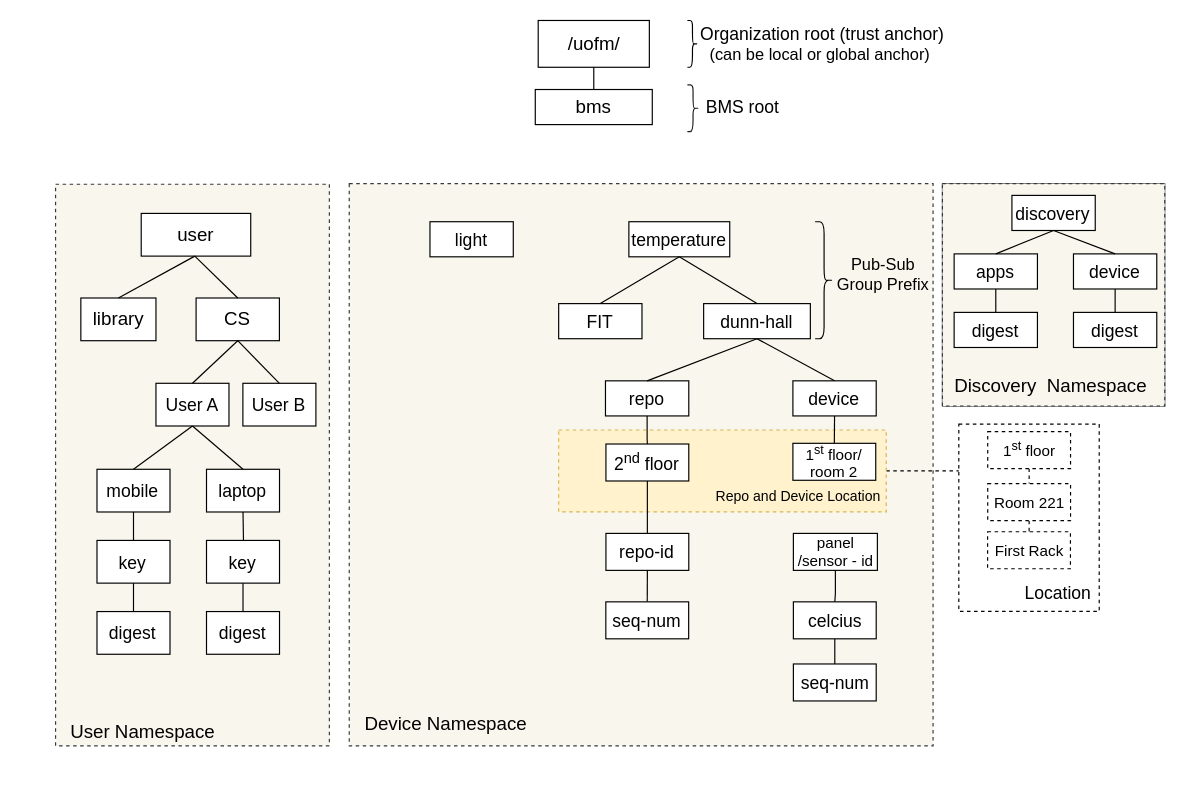
Before: Untitled Diagram.drawio in dulalsaurab/ROUTING, a draw.io diagram. Source tidied: cells renumbered, new cells numbered last; positions are measured from the earlier drawing's top-left corner, leaving out a move shared by most shapes. Both pictures are drawn from the tidied source at 117%, with x=0, y=0 at pixel (20, 20).
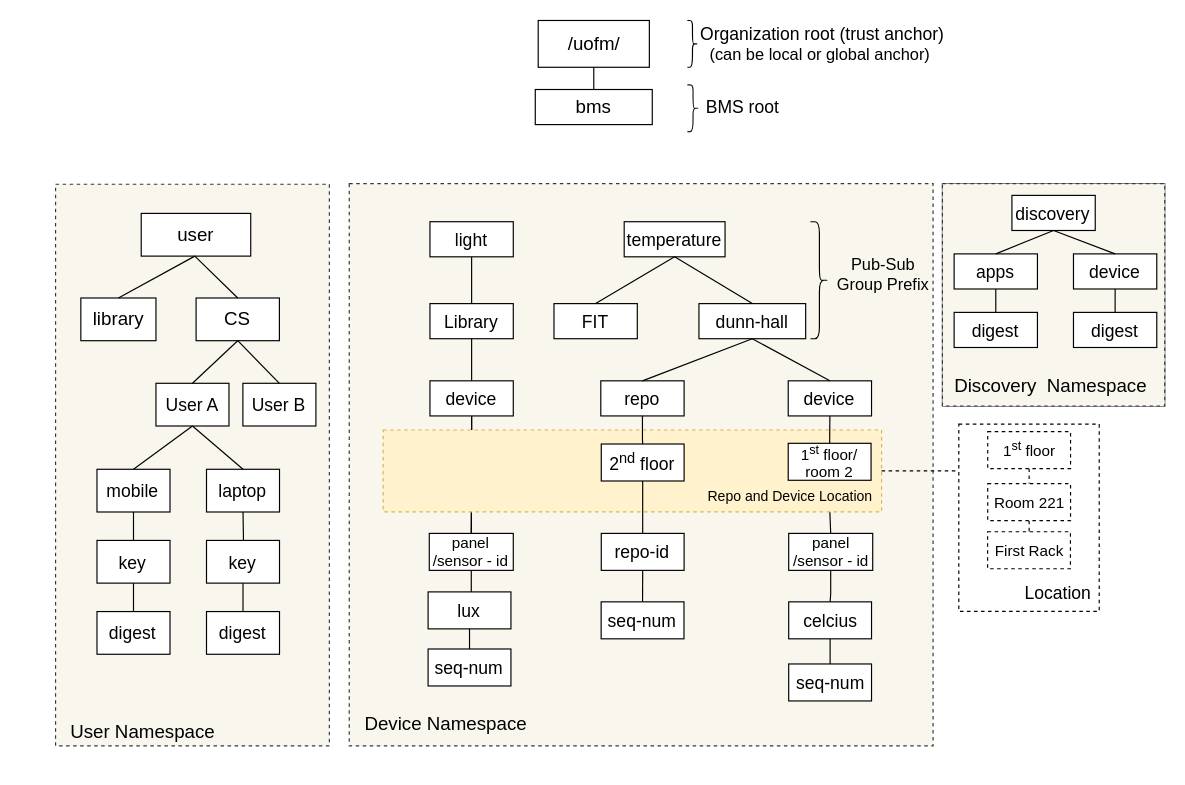
The same diagram, later.

Unchanged cells that the change refers to:
```xml
<mxCell id="41" value="&lt;font style=&quot;font-size: 15px&quot;&gt;light&lt;/font&gt;" style="rounded=0;whiteSpace=wrap;html=1;" parent="1" vertex="1">
  <mxGeometry x="350" y="172" width="71.2" height="30" as="geometry" />
</mxCell>
```

Diff of the diagram source:
```diff
@@
+    <mxCell id="4" value="&lt;font style=&quot;font-size: 16px&quot;&gt;&lt;br&gt;&lt;br&gt;&lt;br&gt;&lt;br&gt;&lt;br&gt;&lt;br&gt;&lt;br&gt;&lt;br&gt;&lt;br&gt;&lt;br&gt;&lt;br&gt;&lt;br&gt;&lt;br&gt;&lt;br&gt;&lt;br&gt;&lt;br&gt;&lt;br&gt;&lt;br&gt;&lt;br&gt;&lt;br&gt;&lt;br&gt;&lt;br&gt;&lt;br&gt;&lt;font style=&quot;font-size: 16px&quot;&gt;&lt;br&gt;&amp;nbsp; Device Namespace&amp;nbsp; &amp;nbsp; &amp;nbsp; &amp;nbsp; &amp;nbsp; &amp;nbsp; &amp;nbsp; &amp;nbsp; &amp;nbsp; &amp;nbsp; &amp;nbsp; &amp;nbsp; &amp;nbsp; &amp;nbsp; &amp;nbsp; &amp;nbsp; &amp;nbsp; &amp;nbsp; &amp;nbsp; &amp;nbsp; &amp;nbsp; &amp;nbsp; &amp;nbsp; &amp;nbsp; &amp;nbsp; &amp;nbsp; &amp;nbsp; &amp;nbsp; &amp;nbsp; &amp;nbsp; &amp;nbsp; &amp;nbsp; &amp;nbsp; &amp;nbsp; &amp;nbsp; &amp;nbsp; &amp;nbsp; &amp;nbsp; &amp;nbsp; &amp;nbsp; &amp;nbsp;&amp;nbsp;&lt;/font&gt;&lt;/font&gt;" style="rounded=0;whiteSpace=wrap;html=1;dashed=1;fillColor=#f9f7ed;strokeColor=#36393d;" parent="1" vertex="1">
+      <mxGeometry x="281" y="139.5" width="499" height="480.5" as="geometry" />
+    </mxCell>
+    <mxCell id="3" style="edgeStyle=orthogonalEdgeStyle;rounded=0;jettySize=auto;html=1;exitX=0.5;exitY=1;exitDx=0;exitDy=0;entryX=0.5;entryY=0;entryDx=0;entryDy=0;endArrow=none;endFill=0;" parent="1" edge="1" source="52" target="69">
+      <mxGeometry relative="1" as="geometry" />
+    </mxCell>
+    <mxCell id="82" style="edgeStyle=orthogonalEdgeStyle;rounded=0;jettySize=auto;html=1;exitX=0.5;exitY=1;exitDx=0;exitDy=0;endArrow=none;endFill=0;fontColor=none;" parent="1" edge="1" source="87" target="88">
+      <mxGeometry relative="1" as="geometry" />
+    </mxCell>
+    <mxCell id="83" style="edgeStyle=orthogonalEdgeStyle;rounded=0;jettySize=auto;html=1;exitX=0.5;exitY=1;exitDx=0;exitDy=0;entryX=0.5;entryY=0;entryDx=0;entryDy=0;endArrow=none;endFill=0;fontColor=none;" parent="1" edge="1" source="87" target="88">
+      <mxGeometry relative="1" as="geometry" />
+    </mxCell>
+    <mxCell id="6" value="&lt;br&gt;&lt;br&gt;&lt;br&gt;&amp;nbsp; &amp;nbsp; &amp;nbsp; &amp;nbsp; &amp;nbsp; &amp;nbsp; &amp;nbsp; &amp;nbsp; &amp;nbsp; &amp;nbsp; &amp;nbsp; &amp;nbsp; &amp;nbsp; &amp;nbsp; &amp;nbsp; &amp;nbsp; &amp;nbsp; &amp;nbsp; &amp;nbsp; &amp;nbsp; &amp;nbsp; &amp;nbsp; &amp;nbsp; &amp;nbsp; &amp;nbsp; &amp;nbsp; &amp;nbsp; &amp;nbsp; &amp;nbsp; &amp;nbsp; &amp;nbsp; &amp;nbsp; &amp;nbsp; &amp;nbsp; &amp;nbsp; &amp;nbsp; &amp;nbsp; &amp;nbsp; &amp;nbsp; &amp;nbsp; &amp;nbsp;Repo and Device Location" style="rounded=0;whiteSpace=wrap;html=1;fillColor=#fff2cc;strokeColor=#d6b656;dashed=1;" parent="1" vertex="1">
+      <mxGeometry x="310" y="350" width="426" height="70" as="geometry" />
+    </mxCell>
@@
-    <mxCell id="3" style="edgeStyle=orthogonalEdgeStyle;rounded=0;jettySize=auto;html=1;exitX=0.5;exitY=1;exitDx=0;exitDy=0;entryX=0.5;entryY=0;entryDx=0;entryDy=0;endArrow=none;endFill=0;" parent="1" edge="1" source="52" target="69">
-      <mxGeometry relative="1" as="geometry" />
-    </mxCell>
-    <mxCell id="4" value="&lt;font style=&quot;font-size: 16px&quot;&gt;&lt;br&gt;&lt;br&gt;&lt;br&gt;&lt;br&gt;&lt;br&gt;&lt;br&gt;&lt;br&gt;&lt;br&gt;&lt;br&gt;&lt;br&gt;&lt;br&gt;&lt;br&gt;&lt;br&gt;&lt;br&gt;&lt;br&gt;&lt;br&gt;&lt;br&gt;&lt;br&gt;&lt;br&gt;&lt;br&gt;&lt;br&gt;&lt;br&gt;&lt;br&gt;&lt;font style=&quot;font-size: 16px&quot;&gt;&lt;br&gt;&amp;nbsp; Device Namespace&amp;nbsp; &amp;nbsp; &amp;nbsp; &amp;nbsp; &amp;nbsp; &amp;nbsp; &amp;nbsp; &amp;nbsp; &amp;nbsp; &amp;nbsp; &amp;nbsp; &amp;nbsp; &amp;nbsp; &amp;nbsp; &amp;nbsp; &amp;nbsp; &amp;nbsp; &amp;nbsp; &amp;nbsp; &amp;nbsp; &amp;nbsp; &amp;nbsp; &amp;nbsp; &amp;nbsp; &amp;nbsp; &amp;nbsp; &amp;nbsp; &amp;nbsp; &amp;nbsp; &amp;nbsp; &amp;nbsp; &amp;nbsp; &amp;nbsp; &amp;nbsp; &amp;nbsp; &amp;nbsp; &amp;nbsp; &amp;nbsp; &amp;nbsp; &amp;nbsp; &amp;nbsp;&amp;nbsp;&lt;/font&gt;&lt;/font&gt;" style="rounded=0;whiteSpace=wrap;html=1;dashed=1;fillColor=#f9f7ed;strokeColor=#36393d;" parent="1" vertex="1">
-      <mxGeometry x="281" y="139.5" width="499" height="480.5" as="geometry" />
-    </mxCell>
@@
-    <mxCell id="6" value="&lt;br&gt;&lt;br&gt;&lt;br&gt;&amp;nbsp; &amp;nbsp; &amp;nbsp; &amp;nbsp; &amp;nbsp; &amp;nbsp; &amp;nbsp; &amp;nbsp; &amp;nbsp; &amp;nbsp; &amp;nbsp; &amp;nbsp; &amp;nbsp; &amp;nbsp; &amp;nbsp; &amp;nbsp; &amp;nbsp; &amp;nbsp; &amp;nbsp; &amp;nbsp;Repo and Device Location" style="rounded=0;whiteSpace=wrap;html=1;fillColor=#fff2cc;strokeColor=#d6b656;dashed=1;" parent="1" vertex="1">
-      <mxGeometry x="460" y="350" width="280" height="70" as="geometry" />
-    </mxCell>
@@
-    <mxCell id="38" style="edgeStyle=orthogonalEdgeStyle;rounded=0;jettySize=auto;html=1;exitX=0.5;exitY=1;exitDx=0;exitDy=0;entryX=0.5;entryY=0;entryDx=0;entryDy=0;endArrow=none;endFill=0;" parent="1" edge="1" source="39" target="67">
-      <mxGeometry relative="1" as="geometry" />
-    </mxCell>
     <mxCell id="39" value="&lt;font style=&quot;font-size: 15px&quot;&gt;&lt;span&gt;2&lt;sup&gt;nd&lt;/sup&gt; floor&lt;/span&gt;&lt;/font&gt;" style="rounded=0;whiteSpace=wrap;html=1;" parent="1" vertex="1">
-      <mxGeometry x="500.4" y="362" width="70.8" height="31.6" as="geometry" />
+      <mxGeometry x="496.4" y="362" width="70.8" height="31.6" as="geometry" />
     </mxCell>
     <mxCell id="40" value="&lt;font style=&quot;font-size: 15px&quot;&gt;temperature&lt;/font&gt;" style="rounded=0;whiteSpace=wrap;html=1;" parent="1" vertex="1">
-      <mxGeometry x="520" y="172" width="86.2" height="30" as="geometry" />
+      <mxGeometry x="516" y="172" width="86.2" height="30" as="geometry" />
     </mxCell>
+    <mxCell id="84" style="edgeStyle=orthogonalEdgeStyle;rounded=0;jettySize=auto;html=1;exitX=0.5;exitY=1;exitDx=0;exitDy=0;endArrow=none;endFill=0;fontColor=none;" parent="1" edge="1" source="41" target="86">
+      <mxGeometry relative="1" as="geometry" />
+    </mxCell>
@@
     <mxCell id="42" value="&lt;span style=&quot;font-size: 15px&quot;&gt;FIT&lt;/span&gt;" style="rounded=0;whiteSpace=wrap;html=1;" parent="1" vertex="1">
-      <mxGeometry x="460" y="242" width="71.2" height="30" as="geometry" />
+      <mxGeometry x="456" y="242" width="71.2" height="30" as="geometry" />
     </mxCell>
-    <mxCell id="43" style="edgeStyle=orthogonalEdgeStyle;rounded=0;jettySize=auto;html=1;exitX=0.5;exitY=1;exitDx=0;exitDy=0;endArrow=none;endFill=0;" parent="1" edge="1" source="44" target="39">
-      <mxGeometry relative="1" as="geometry" />
-    </mxCell>
     <mxCell id="44" value="&lt;font style=&quot;font-size: 15px&quot;&gt;repo&lt;/font&gt;" style="rounded=0;whiteSpace=wrap;html=1;" parent="1" vertex="1">
-      <mxGeometry x="500" y="308" width="71.2" height="30" as="geometry" />
+      <mxGeometry x="496" y="308" width="71.2" height="30" as="geometry" />
     </mxCell>
     <mxCell id="45" value="&lt;font style=&quot;font-size: 15px&quot;&gt;dunn-hall&lt;/font&gt;" style="rounded=0;whiteSpace=wrap;html=1;" parent="1" vertex="1">
-      <mxGeometry x="583.9" y="242" width="91.2" height="30" as="geometry" />
+      <mxGeometry x="579.9" y="242" width="91.2" height="30" as="geometry" />
     </mxCell>
@@
     <mxCell id="47" value="&lt;font style=&quot;font-size: 15px&quot;&gt;device&lt;/font&gt;" style="rounded=0;whiteSpace=wrap;html=1;" parent="1" vertex="1">
-      <mxGeometry x="660.2" y="308" width="71.2" height="30" as="geometry" />
+      <mxGeometry x="656.2" y="308" width="71.2" height="30" as="geometry" />
     </mxCell>
@@
     <mxCell id="50" style="shape=curlyBracket;whiteSpace=wrap;html=1;rounded=1;fillColor=#d5e8d4;rotation=-180;strokeColor=#000000;strokeWidth=1;" parent="1" vertex="1">
-      <mxGeometry x="679.2" y="172" width="15.3" height="100" as="geometry" />
+      <mxGeometry x="675.2" y="172" width="15.3" height="100" as="geometry" />
     </mxCell>
@@
     <mxCell id="52" value="&lt;font style=&quot;font-size: 13px&quot;&gt;1&lt;sup&gt;st&lt;/sup&gt; floor/&lt;br&gt;room 2&lt;/font&gt;" style="rounded=0;whiteSpace=wrap;html=1;" parent="1" vertex="1">
-      <mxGeometry x="660.2" y="361.4" width="70.8" height="31.6" as="geometry" />
+      <mxGeometry x="656.2" y="361.4" width="70.8" height="31.6" as="geometry" />
     </mxCell>
@@
     <mxCell id="67" value="&lt;span id=&quot;docs-internal-guid-1526ecd3-7fff-48b2-5e1f-bb265e6a694b&quot;&gt;&lt;span style=&quot;background-color: transparent ; vertical-align: baseline ; white-space: pre-wrap&quot;&gt;&lt;font style=&quot;font-size: 15px&quot;&gt;repo-id&lt;/font&gt;&lt;br&gt;&lt;/span&gt;&lt;/span&gt;" style="rounded=0;whiteSpace=wrap;html=1;" parent="1" vertex="1">
-      <mxGeometry x="500.4" y="438.4" width="70.8" height="31.6" as="geometry" />
+      <mxGeometry x="496.4" y="438.4" width="70.8" height="31.6" as="geometry" />
     </mxCell>
     <mxCell id="68" value="&lt;span id=&quot;docs-internal-guid-1526ecd3-7fff-48b2-5e1f-bb265e6a694b&quot;&gt;&lt;span style=&quot;background-color: transparent ; vertical-align: baseline ; white-space: pre-wrap&quot;&gt;&lt;font style=&quot;font-size: 15px&quot;&gt;seq-num&lt;/font&gt;&lt;br&gt;&lt;/span&gt;&lt;/span&gt;" style="rounded=0;whiteSpace=wrap;html=1;" parent="1" vertex="1">
-      <mxGeometry x="500.3" y="496.9" width="70.8" height="31.6" as="geometry" />
+      <mxGeometry x="496.3" y="496.9" width="70.8" height="31.6" as="geometry" />
     </mxCell>
     <mxCell id="69" value="&lt;span id=&quot;docs-internal-guid-1526ecd3-7fff-48b2-5e1f-bb265e6a694b&quot; style=&quot;font-size: 13px&quot;&gt;&lt;span style=&quot;background-color: transparent ; vertical-align: baseline ; white-space: pre-wrap&quot;&gt;&lt;font style=&quot;font-size: 13px&quot;&gt;panel&lt;br&gt;&lt;/font&gt;/sensor - id&lt;br&gt;&lt;/span&gt;&lt;/span&gt;" style="rounded=0;whiteSpace=wrap;html=1;" parent="1" vertex="1">
-      <mxGeometry x="660.6" y="438.4" width="71.8" height="31.6" as="geometry" />
+      <mxGeometry x="656.6" y="438.4" width="71.8" height="31.6" as="geometry" />
     </mxCell>
@@
     <mxCell id="71" value="&lt;span id=&quot;docs-internal-guid-1526ecd3-7fff-48b2-5e1f-bb265e6a694b&quot;&gt;&lt;span style=&quot;background-color: transparent ; vertical-align: baseline ; white-space: pre-wrap&quot;&gt;&lt;font style=&quot;font-size: 15px&quot;&gt;seq-num&lt;/font&gt;&lt;br&gt;&lt;/span&gt;&lt;/span&gt;" style="rounded=0;whiteSpace=wrap;html=1;" parent="1" vertex="1">
-      <mxGeometry x="660.6" y="550" width="70.8" height="31.6" as="geometry" />
+      <mxGeometry x="656.6" y="550" width="70.8" height="31.6" as="geometry" />
     </mxCell>
@@
     <mxCell id="74" value="&lt;span id=&quot;docs-internal-guid-1526ecd3-7fff-48b2-5e1f-bb265e6a694b&quot;&gt;&lt;span style=&quot;background-color: transparent ; vertical-align: baseline ; white-space: pre-wrap&quot;&gt;&lt;span style=&quot;font-size: 15px&quot;&gt;celcius&lt;/span&gt;&lt;br&gt;&lt;/span&gt;&lt;/span&gt;" style="rounded=0;whiteSpace=wrap;html=1;" parent="1" vertex="1">
-      <mxGeometry x="660.6" y="496.9" width="70.8" height="31.6" as="geometry" />
+      <mxGeometry x="656.6" y="496.9" width="70.8" height="31.6" as="geometry" />
     </mxCell>
@@
+    <mxCell id="85" style="edgeStyle=orthogonalEdgeStyle;rounded=0;jettySize=auto;html=1;exitX=0.5;exitY=1;exitDx=0;exitDy=0;entryX=0.5;entryY=0;entryDx=0;entryDy=0;endArrow=none;endFill=0;fontColor=none;" parent="1" edge="1" source="86" target="87">
+      <mxGeometry relative="1" as="geometry" />
+    </mxCell>
+    <mxCell id="86" value="&lt;span style=&quot;font-size: 15px&quot;&gt;Library&lt;/span&gt;" style="rounded=0;whiteSpace=wrap;html=1;" parent="1" vertex="1">
+      <mxGeometry x="350" y="242" width="71.2" height="30" as="geometry" />
+    </mxCell>
+    <mxCell id="87" value="&lt;font style=&quot;font-size: 15px&quot;&gt;device&lt;/font&gt;" style="rounded=0;whiteSpace=wrap;html=1;" parent="1" vertex="1">
+      <mxGeometry x="350" y="308" width="71.2" height="30" as="geometry" />
+    </mxCell>
+    <mxCell id="88" value="&lt;span id=&quot;docs-internal-guid-1526ecd3-7fff-48b2-5e1f-bb265e6a694b&quot; style=&quot;font-size: 13px&quot;&gt;&lt;span style=&quot;background-color: transparent ; vertical-align: baseline ; white-space: pre-wrap&quot;&gt;&lt;font style=&quot;font-size: 13px&quot;&gt;panel&lt;br&gt;&lt;/font&gt;/sensor - id&lt;br&gt;&lt;/span&gt;&lt;/span&gt;" style="rounded=0;whiteSpace=wrap;html=1;" parent="1" vertex="1">
+      <mxGeometry x="349.4" y="438.4" width="71.8" height="31.6" as="geometry" />
+    </mxCell>
+    <mxCell id="89" value="&lt;span id=&quot;docs-internal-guid-1526ecd3-7fff-48b2-5e1f-bb265e6a694b&quot;&gt;&lt;span style=&quot;background-color: transparent ; vertical-align: baseline ; white-space: pre-wrap&quot;&gt;&lt;font style=&quot;font-size: 15px&quot;&gt;seq-num&lt;/font&gt;&lt;br&gt;&lt;/span&gt;&lt;/span&gt;" style="rounded=0;whiteSpace=wrap;html=1;" parent="1" vertex="1">
+      <mxGeometry x="348.4" y="537.2" width="70.8" height="31.6" as="geometry" />
+    </mxCell>
+    <mxCell id="90" style="edgeStyle=orthogonalEdgeStyle;rounded=0;jettySize=auto;html=1;exitX=0.5;exitY=1;exitDx=0;exitDy=0;endArrow=none;endFill=0;" parent="1" edge="1" source="88" target="89">
+      <mxGeometry relative="1" as="geometry" />
+    </mxCell>
+    <mxCell id="91" value="&lt;span id=&quot;docs-internal-guid-1526ecd3-7fff-48b2-5e1f-bb265e6a694b&quot;&gt;&lt;span style=&quot;background-color: transparent ; vertical-align: baseline ; white-space: pre-wrap&quot;&gt;&lt;span style=&quot;font-size: 15px&quot;&gt;lux&lt;/span&gt;&lt;br&gt;&lt;/span&gt;&lt;/span&gt;" style="rounded=0;whiteSpace=wrap;html=1;" parent="1" vertex="1">
+      <mxGeometry x="348.4" y="488.4" width="70.8" height="31.6" as="geometry" />
+    </mxCell>
+    <mxCell id="43" style="edgeStyle=orthogonalEdgeStyle;rounded=0;jettySize=auto;html=1;exitX=0.5;exitY=1;exitDx=0;exitDy=0;endArrow=none;endFill=0;" parent="1" edge="1" source="44" target="39">
+      <mxGeometry relative="1" as="geometry" />
+    </mxCell>
+    <mxCell id="38" style="edgeStyle=orthogonalEdgeStyle;rounded=0;jettySize=auto;html=1;exitX=0.5;exitY=1;exitDx=0;exitDy=0;entryX=0.5;entryY=0;entryDx=0;entryDy=0;endArrow=none;endFill=0;" parent="1" edge="1" source="39" target="67">
+      <mxGeometry relative="1" as="geometry" />
+    </mxCell>
```
